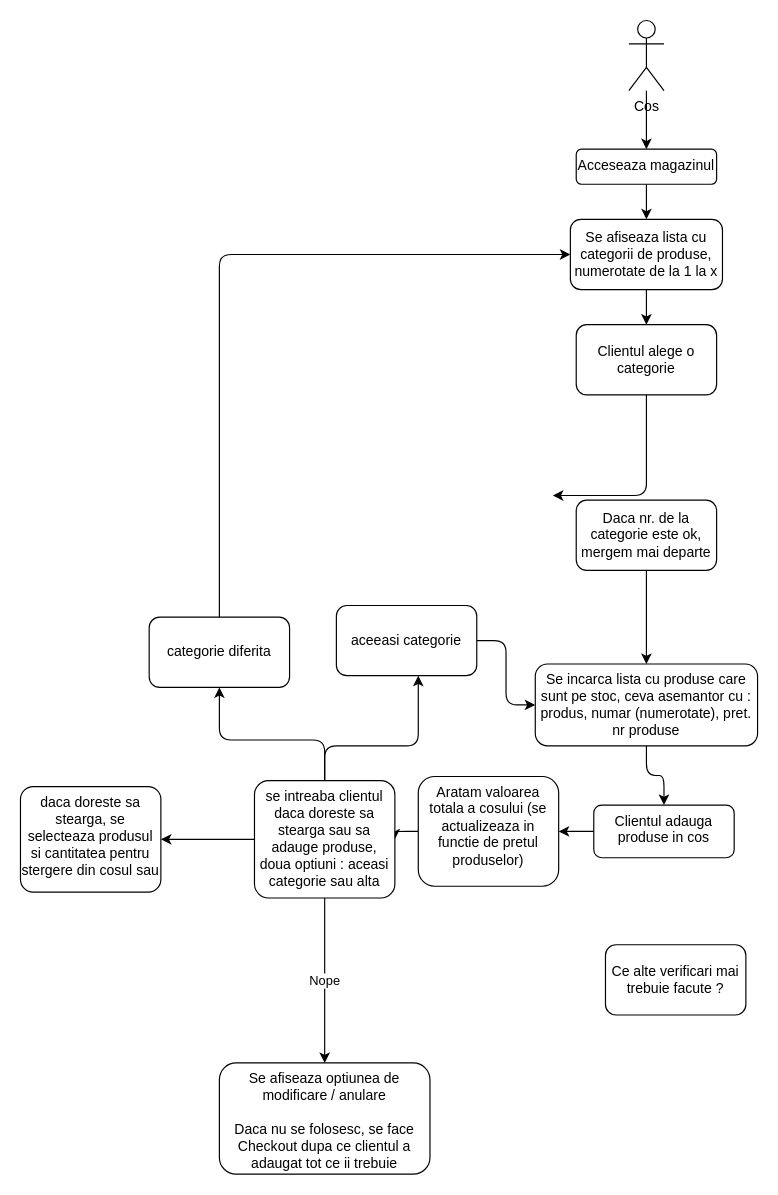
The draw.io diagram diagrame/adaugare_produse.drawio in SkyNeTz22/PSSC_project, before the edit. Source tidied: cells renumbered, new cells numbered last; positions are measured from the earlier drawing's top-left corner, leaving out a move shared by most shapes. Both pictures are drawn from the tidied source at 117%, with x=0, y=0 at pixel (20, 20).
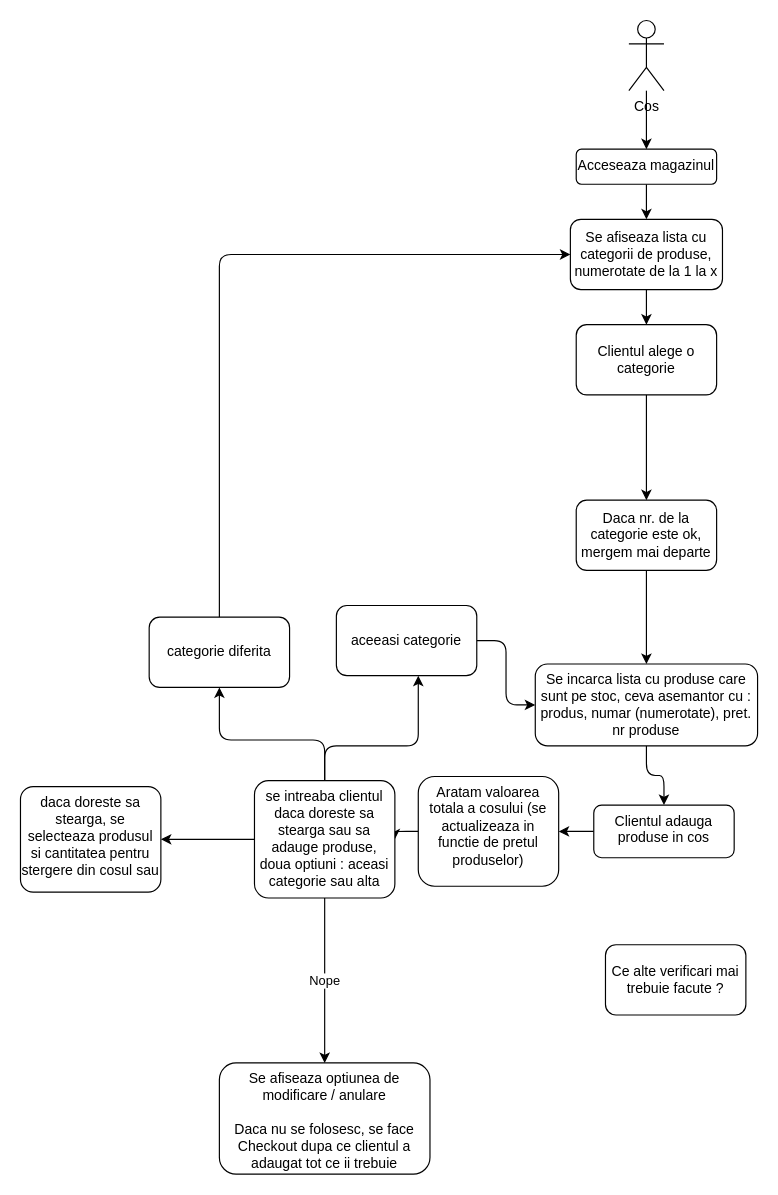
The same diagram, later.

Unchanged cells that the change refers to:
```xml
<mxCell id="22" value="Clientul alege o categorie" style="rounded=1;whiteSpace=wrap;html=1;" parent="1" vertex="1">
  <mxGeometry x="475" y="260" width="120" height="60" as="geometry" />
</mxCell>
<mxCell id="28" value="Daca nr. de la categorie este ok, mergem mai departe" style="whiteSpace=wrap;html=1;rounded=1;" parent="1" vertex="1">
  <mxGeometry x="475" y="410" width="120" height="60" as="geometry" />
</mxCell>
```

The edit, as a diff of the source:
```diff
@@
-    <mxCell id="21" style="edgeStyle=orthogonalEdgeStyle;rounded=1;jettySize=auto;html=1;" parent="1" edge="1" source="22">
+    <mxCell id="21" style="edgeStyle=orthogonalEdgeStyle;rounded=1;jettySize=auto;html=1;entryX=0.5;entryY=0;entryDx=0;entryDy=0;" parent="1" edge="1" source="22" target="28">
       <mxGeometry relative="1" as="geometry">
-        <mxPoint x="455" y="406" as="targetPoint" />
         <Array as="points">
-          <mxPoint x="455" y="406" />
+          <mxPoint x="535" y="406" />
+          <mxPoint x="535" y="406" />
         </Array>
       </mxGeometry>
     </mxCell>
```
